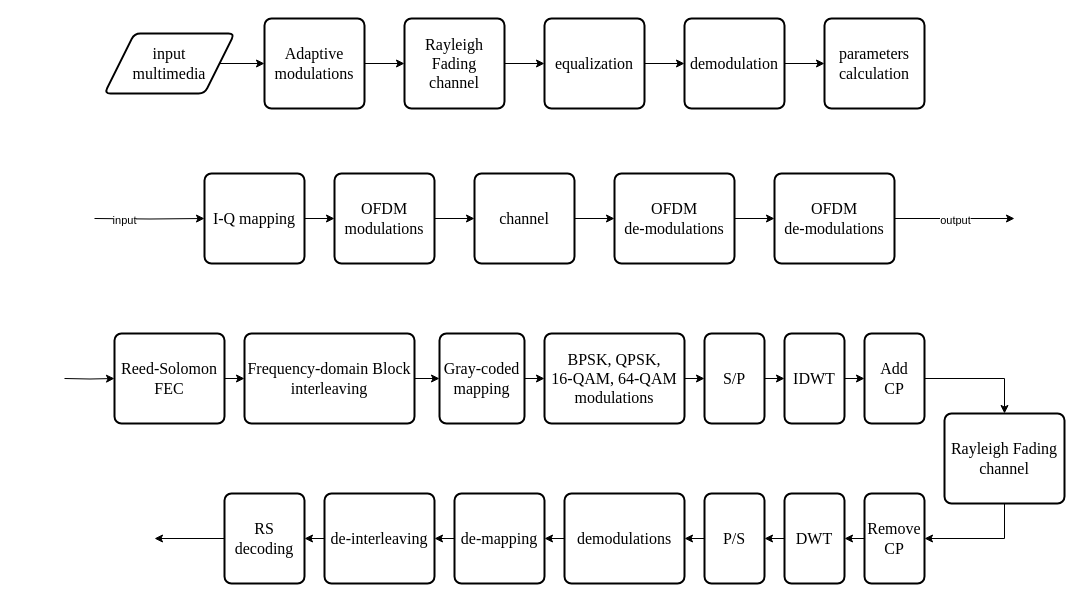
Earlier version of the draw.io diagram page "entire" (6 of 6) of mod.drawio (troders34/research). Source tidied: cells renumbered, new cells numbered last; positions are measured from the earlier drawing's top-left corner, leaving out a move shared by most shapes. Both pictures are drawn from the tidied source at 100%, with x=0, y=0 at pixel (64, 18).
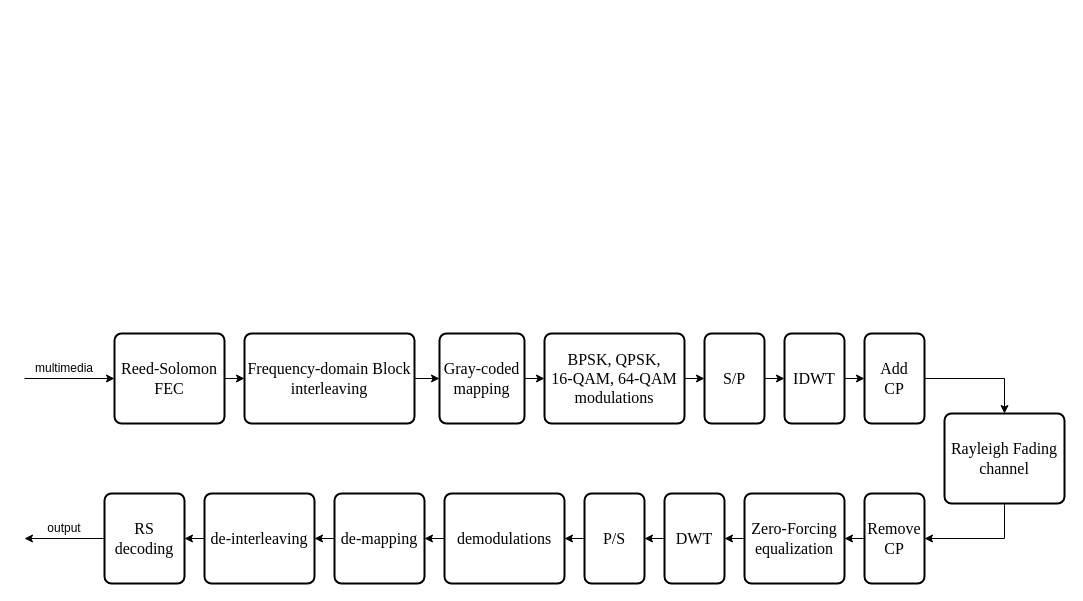
The same diagram, later.

Unchanged cells that the change refers to:
```xml
<mxCell id="27" value="&lt;div&gt;Reed-Solomon&lt;/div&gt;&lt;div&gt;FEC&lt;/div&gt;" style="rounded=1;whiteSpace=wrap;html=1;absoluteArcSize=1;arcSize=14;strokeWidth=2;fontFamily=Times New Roman;fontSize=16;" parent="1" vertex="1">
  <mxGeometry x="50" y="315" width="110" height="90" as="geometry" />
</mxCell>
<mxCell id="44" value="Remove&lt;div&gt;CP&lt;/div&gt;" style="rounded=1;whiteSpace=wrap;html=1;absoluteArcSize=1;arcSize=14;strokeWidth=2;fontFamily=Times New Roman;fontSize=16;" parent="1" vertex="1">
  <mxGeometry x="800" y="475" width="60" height="90" as="geometry" />
</mxCell>
```

What changed in the source:
```diff
@@
-    <mxCell id="2" style="edgeStyle=orthogonalEdgeStyle;rounded=0;jettySize=auto;html=1;exitX=1;exitY=0.5;exitDx=0;exitDy=0;entryX=0;entryY=0.5;entryDx=0;entryDy=0;" parent="1" edge="1" source="3" target="7">
-      <mxGeometry relative="1" as="geometry" />
-    </mxCell>
-    <mxCell id="3" value="Adaptive modulations" style="rounded=1;whiteSpace=wrap;html=1;absoluteArcSize=1;arcSize=14;strokeWidth=2;fontFamily=Times New Roman;fontSize=16;" parent="1" vertex="1">
-      <mxGeometry x="200" width="100" height="90" as="geometry" />
-    </mxCell>
-    <mxCell id="4" style="edgeStyle=orthogonalEdgeStyle;rounded=0;jettySize=auto;html=1;exitX=1;exitY=0.5;exitDx=0;exitDy=0;entryX=0;entryY=0.5;entryDx=0;entryDy=0;" parent="1" edge="1" source="5" target="3">
-      <mxGeometry relative="1" as="geometry" />
-    </mxCell>
-    <mxCell id="5" value="input&lt;div&gt;multimedia&lt;/div&gt;" style="shape=parallelogram;html=1;strokeWidth=2;perimeter=parallelogramPerimeter;whiteSpace=wrap;rounded=1;arcSize=12;size=0.23;fontFamily=Times New Roman;fontSize=16;" parent="1" vertex="1">
-      <mxGeometry x="40" y="15" width="130" height="60" as="geometry" />
-    </mxCell>
-    <mxCell id="6" style="edgeStyle=orthogonalEdgeStyle;rounded=0;jettySize=auto;html=1;exitX=1;exitY=0.5;exitDx=0;exitDy=0;entryX=0;entryY=0.5;entryDx=0;entryDy=0;" parent="1" edge="1" source="7" target="9">
-      <mxGeometry relative="1" as="geometry" />
-    </mxCell>
-    <mxCell id="7" value="Rayleigh&lt;div&gt;Fading&lt;/div&gt;&lt;div&gt;channel&lt;/div&gt;" style="rounded=1;whiteSpace=wrap;html=1;absoluteArcSize=1;arcSize=14;strokeWidth=2;fontFamily=Times New Roman;fontSize=16;" parent="1" vertex="1">
-      <mxGeometry x="340" width="100" height="90" as="geometry" />
-    </mxCell>
-    <mxCell id="8" style="edgeStyle=orthogonalEdgeStyle;rounded=0;jettySize=auto;html=1;exitX=1;exitY=0.5;exitDx=0;exitDy=0;entryX=0;entryY=0.5;entryDx=0;entryDy=0;" parent="1" edge="1" source="9" target="11">
-      <mxGeometry relative="1" as="geometry" />
-    </mxCell>
-    <mxCell id="9" value="equalization" style="rounded=1;whiteSpace=wrap;html=1;absoluteArcSize=1;arcSize=14;strokeWidth=2;fontFamily=Times New Roman;fontSize=16;" parent="1" vertex="1">
-      <mxGeometry x="480" width="100" height="90" as="geometry" />
-    </mxCell>
-    <mxCell id="10" style="edgeStyle=orthogonalEdgeStyle;rounded=0;jettySize=auto;html=1;exitX=1;exitY=0.5;exitDx=0;exitDy=0;entryX=0;entryY=0.5;entryDx=0;entryDy=0;" parent="1" edge="1" source="11" target="12">
-      <mxGeometry relative="1" as="geometry" />
-    </mxCell>
-    <mxCell id="11" value="demodulation" style="rounded=1;whiteSpace=wrap;html=1;absoluteArcSize=1;arcSize=14;strokeWidth=2;fontFamily=Times New Roman;fontSize=16;" parent="1" vertex="1">
-      <mxGeometry x="620" width="100" height="90" as="geometry" />
-    </mxCell>
-    <mxCell id="12" value="parameters&lt;div&gt;calculation&lt;/div&gt;" style="rounded=1;whiteSpace=wrap;html=1;absoluteArcSize=1;arcSize=14;strokeWidth=2;fontFamily=Times New Roman;fontSize=16;" parent="1" vertex="1">
-      <mxGeometry x="760" width="100" height="90" as="geometry" />
-    </mxCell>
-    <mxCell id="13" style="edgeStyle=orthogonalEdgeStyle;rounded=0;jettySize=auto;html=1;exitX=1;exitY=0.5;exitDx=0;exitDy=0;entryX=0;entryY=0.5;entryDx=0;entryDy=0;" parent="1" edge="1" source="14" target="16">
-      <mxGeometry relative="1" as="geometry" />
-    </mxCell>
-    <mxCell id="14" value="I-Q mapping" style="rounded=1;whiteSpace=wrap;html=1;absoluteArcSize=1;arcSize=14;strokeWidth=2;fontFamily=Times New Roman;fontSize=16;" parent="1" vertex="1">
-      <mxGeometry x="140" y="155" width="100" height="90" as="geometry" />
-    </mxCell>
-    <mxCell id="15" style="edgeStyle=orthogonalEdgeStyle;rounded=0;jettySize=auto;html=1;exitX=1;exitY=0.5;exitDx=0;exitDy=0;entryX=0;entryY=0.5;entryDx=0;entryDy=0;" parent="1" edge="1" source="16" target="18">
-      <mxGeometry relative="1" as="geometry" />
-    </mxCell>
-    <mxCell id="16" value="OFDM modulations" style="rounded=1;whiteSpace=wrap;html=1;absoluteArcSize=1;arcSize=14;strokeWidth=2;fontFamily=Times New Roman;fontSize=16;" parent="1" vertex="1">
-      <mxGeometry x="270" y="155" width="100" height="90" as="geometry" />
-    </mxCell>
-    <mxCell id="17" style="edgeStyle=orthogonalEdgeStyle;rounded=0;jettySize=auto;html=1;exitX=1;exitY=0.5;exitDx=0;exitDy=0;entryX=0;entryY=0.5;entryDx=0;entryDy=0;" parent="1" edge="1" source="18" target="20">
-      <mxGeometry relative="1" as="geometry" />
-    </mxCell>
-    <mxCell id="18" value="channel" style="rounded=1;whiteSpace=wrap;html=1;absoluteArcSize=1;arcSize=14;strokeWidth=2;fontFamily=Times New Roman;fontSize=16;" parent="1" vertex="1">
-      <mxGeometry x="410" y="155" width="100" height="90" as="geometry" />
-    </mxCell>
-    <mxCell id="19" style="edgeStyle=orthogonalEdgeStyle;rounded=0;jettySize=auto;html=1;exitX=1;exitY=0.5;exitDx=0;exitDy=0;entryX=0;entryY=0.5;entryDx=0;entryDy=0;" parent="1" edge="1" source="20" target="25">
-      <mxGeometry relative="1" as="geometry" />
-    </mxCell>
-    <mxCell id="20" value="OFDM&lt;div&gt;de-modulations&lt;/div&gt;" style="rounded=1;whiteSpace=wrap;html=1;absoluteArcSize=1;arcSize=14;strokeWidth=2;fontFamily=Times New Roman;fontSize=16;" parent="1" vertex="1">
-      <mxGeometry x="550" y="155" width="120" height="90" as="geometry" />
-    </mxCell>
-    <mxCell id="21" style="edgeStyle=orthogonalEdgeStyle;rounded=0;jettySize=auto;html=1;entryX=0;entryY=0.5;entryDx=0;entryDy=0;" parent="1" edge="1" target="14">
-      <mxGeometry relative="1" as="geometry">
-        <mxPoint x="30" y="200" as="sourcePoint" />
-      </mxGeometry>
-    </mxCell>
-    <mxCell id="22" value="input" style="edgeLabel;html=1;align=center;verticalAlign=middle;" parent="21" vertex="1">
-      <mxGeometry x="-0.45" y="-1" relative="1" as="geometry" />
-    </mxCell>
-    <mxCell id="23" style="edgeStyle=orthogonalEdgeStyle;rounded=0;jettySize=auto;html=1;exitX=1;exitY=0.5;exitDx=0;exitDy=0;" parent="1" edge="1" source="25">
-      <mxGeometry relative="1" as="geometry">
-        <mxPoint x="950" y="200" as="targetPoint" />
-      </mxGeometry>
-    </mxCell>
-    <mxCell id="24" value="output" style="edgeLabel;html=1;align=center;verticalAlign=middle;" parent="23" vertex="1">
-      <mxGeometry x="0.01" y="-1" relative="1" as="geometry" />
-    </mxCell>
-    <mxCell id="25" value="OFDM&lt;div&gt;de-modulations&lt;/div&gt;" style="rounded=1;whiteSpace=wrap;html=1;absoluteArcSize=1;arcSize=14;strokeWidth=2;fontFamily=Times New Roman;fontSize=16;" parent="1" vertex="1">
-      <mxGeometry x="710" y="155" width="120" height="90" as="geometry" />
-    </mxCell>
@@
-    <mxCell id="36" style="edgeStyle=orthogonalEdgeStyle;rounded=0;jettySize=auto;html=1;entryX=0;entryY=0.5;entryDx=0;entryDy=0;" parent="1" edge="1" target="27">
-      <mxGeometry relative="1" as="geometry">
-        <mxPoint y="360" as="sourcePoint" />
-      </mxGeometry>
-    </mxCell>
@@
-    <mxCell id="43" style="edgeStyle=orthogonalEdgeStyle;rounded=0;jettySize=auto;html=1;exitX=0;exitY=0.5;exitDx=0;exitDy=0;entryX=1;entryY=0.5;entryDx=0;entryDy=0;" parent="1" edge="1" source="44" target="46">
-      <mxGeometry relative="1" as="geometry" />
-    </mxCell>
+    <mxCell id="57" style="edgeStyle=orthogonalEdgeStyle;rounded=0;jettySize=auto;html=1;exitX=0;exitY=0.5;exitDx=0;exitDy=0;entryX=1;entryY=0.5;entryDx=0;entryDy=0;" parent="1" edge="1" source="44" target="59">
+      <mxGeometry relative="1" as="geometry" />
+    </mxCell>
@@
     <mxCell id="46" value="DWT" style="rounded=1;whiteSpace=wrap;html=1;absoluteArcSize=1;arcSize=14;strokeWidth=2;fontFamily=Times New Roman;fontSize=16;" parent="1" vertex="1">
-      <mxGeometry x="720" y="475" width="60" height="90" as="geometry" />
+      <mxGeometry x="600" y="475" width="60" height="90" as="geometry" />
     </mxCell>
@@
     <mxCell id="48" value="P/S" style="rounded=1;whiteSpace=wrap;html=1;absoluteArcSize=1;arcSize=14;strokeWidth=2;fontFamily=Times New Roman;fontSize=16;" parent="1" vertex="1">
-      <mxGeometry x="640" y="475" width="60" height="90" as="geometry" />
+      <mxGeometry x="520" y="475" width="60" height="90" as="geometry" />
     </mxCell>
@@
     <mxCell id="50" value="demodulations" style="rounded=1;whiteSpace=wrap;html=1;absoluteArcSize=1;arcSize=14;strokeWidth=2;fontFamily=Times New Roman;fontSize=16;" parent="1" vertex="1">
-      <mxGeometry x="500" y="475" width="120" height="90" as="geometry" />
+      <mxGeometry x="380" y="475" width="120" height="90" as="geometry" />
     </mxCell>
@@
     <mxCell id="52" value="de-mapping" style="rounded=1;whiteSpace=wrap;html=1;absoluteArcSize=1;arcSize=14;strokeWidth=2;fontFamily=Times New Roman;fontSize=16;" parent="1" vertex="1">
-      <mxGeometry x="390" y="475" width="90" height="90" as="geometry" />
+      <mxGeometry x="270" y="475" width="90" height="90" as="geometry" />
     </mxCell>
@@
     <mxCell id="54" value="de-interleaving" style="rounded=1;whiteSpace=wrap;html=1;absoluteArcSize=1;arcSize=14;strokeWidth=2;fontFamily=Times New Roman;fontSize=16;" parent="1" vertex="1">
-      <mxGeometry x="260" y="475" width="110" height="90" as="geometry" />
+      <mxGeometry x="140" y="475" width="110" height="90" as="geometry" />
     </mxCell>
     <mxCell id="55" style="edgeStyle=orthogonalEdgeStyle;rounded=0;jettySize=auto;html=1;exitX=0;exitY=0.5;exitDx=0;exitDy=0;" parent="1" edge="1" source="56">
       <mxGeometry relative="1" as="geometry">
-        <mxPoint x="90" y="520" as="targetPoint" />
+        <mxPoint x="-40" y="520" as="targetPoint" />
       </mxGeometry>
     </mxCell>
     <mxCell id="56" value="&lt;div&gt;RS&lt;/div&gt;decoding" style="rounded=1;whiteSpace=wrap;html=1;absoluteArcSize=1;arcSize=14;strokeWidth=2;fontFamily=Times New Roman;fontSize=16;" parent="1" vertex="1">
-      <mxGeometry x="160" y="475" width="80" height="90" as="geometry" />
+      <mxGeometry x="40" y="475" width="80" height="90" as="geometry" />
     </mxCell>
+    <mxCell id="58" style="edgeStyle=orthogonalEdgeStyle;rounded=0;jettySize=auto;html=1;exitX=0;exitY=0.5;exitDx=0;exitDy=0;entryX=1;entryY=0.5;entryDx=0;entryDy=0;" parent="1" edge="1" source="59" target="46">
+      <mxGeometry relative="1" as="geometry" />
+    </mxCell>
+    <mxCell id="59" value="Zero-Forcing&lt;div&gt;equalization&lt;/div&gt;" style="rounded=1;whiteSpace=wrap;html=1;absoluteArcSize=1;arcSize=14;strokeWidth=2;fontFamily=Times New Roman;fontSize=16;" parent="1" vertex="1">
+      <mxGeometry x="680" y="475" width="100" height="90" as="geometry" />
+    </mxCell>
+    <mxCell id="60" style="endArrow=classic;html=1;rounded=0;entryX=0;entryY=0.5;entryDx=0;entryDy=0;" parent="1" edge="1" target="27">
+      <mxGeometry relative="1" as="geometry">
+        <mxPoint x="-40" y="360" as="sourcePoint" />
+      </mxGeometry>
+    </mxCell>
+    <mxCell id="61" value="multimedia" style="text;html=1;align=center;verticalAlign=middle;whiteSpace=wrap;rounded=0;" parent="1" vertex="1">
+      <mxGeometry x="-30" y="335" width="60" height="30" as="geometry" />
+    </mxCell>
+    <mxCell id="24" value="output" style="text;html=1;align=center;verticalAlign=middle;whiteSpace=wrap;rounded=0;" parent="1" vertex="1">
+      <mxGeometry x="-30" y="495" width="60" height="30" as="geometry" />
+    </mxCell>
```
